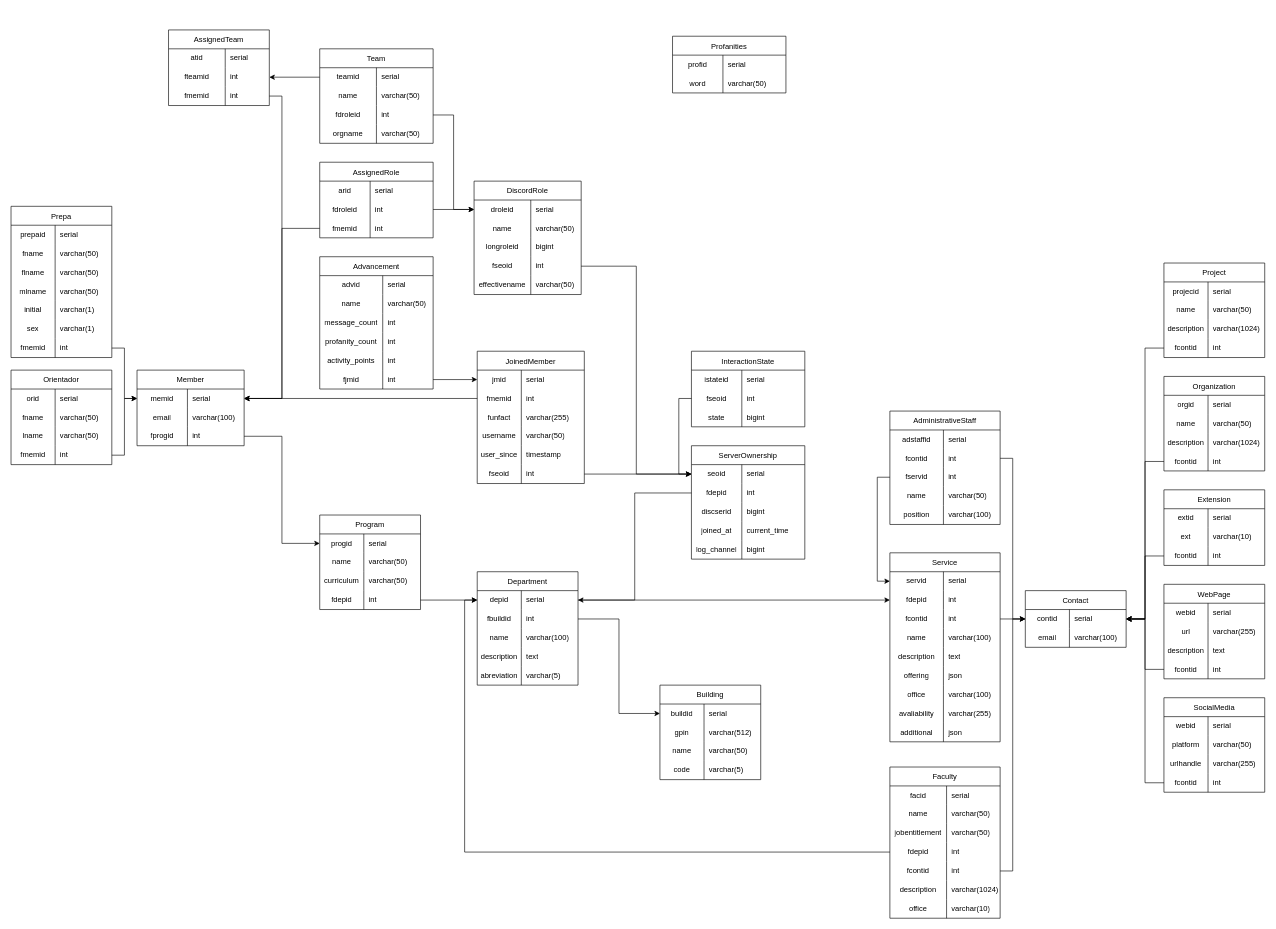
This is assets/schema/DatabaseSchema.drawio from AlfredoSoto1/BotOrientador, a draw.io file, before an edit. Source tidied: cells renumbered, new cells numbered last; positions are measured from the earlier drawing's top-left corner, leaving out a move shared by most shapes. Both pictures are drawn from the tidied source at 63%, with x=0, y=0 at pixel (11, 30).
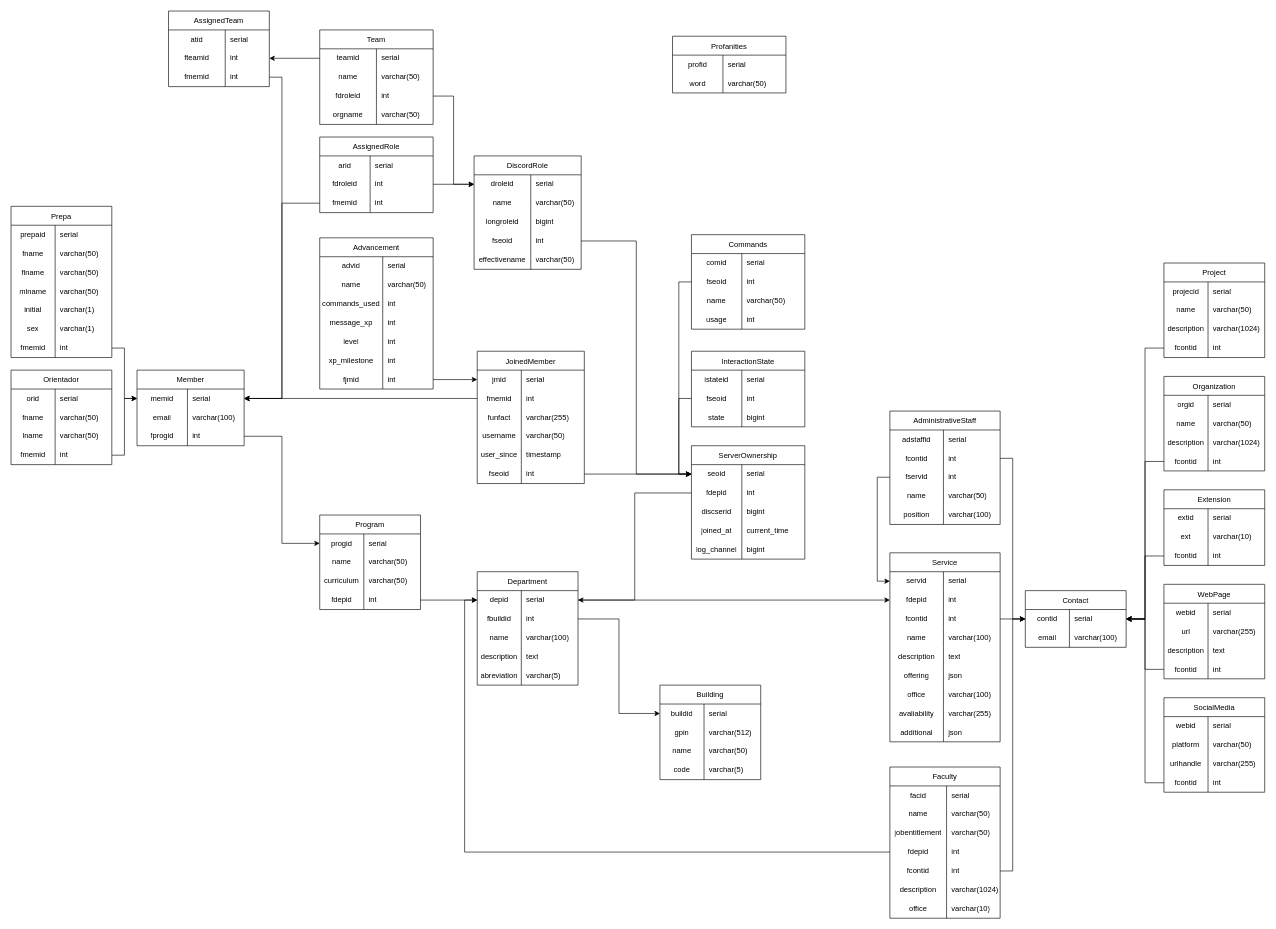
After the change.

The change refers to these unchanged cells:
```xml
<mxCell id="152" style="shape=tableRow;horizontal=0;startSize=0;swimlaneHead=0;swimlaneBody=0;top=0;left=0;bottom=0;right=0;fillColor=none;points=[[0,0.5],[1,0.5]];portConstraint=eastwest;strokeColor=inherit;fontSize=12;" parent="151" vertex="1">
  <mxGeometry y="30" width="180" height="30" as="geometry" />
</mxCell>
```

What changed in the source:
```diff
@@
     <mxCell id="2" value="Advancement" style="shape=table;startSize=30;childLayout=tableLayout;rowLines=0;fontStyle=0;strokeColor=default;fontSize=12;" parent="1" vertex="1">
-      <mxGeometry x="490" y="360" width="180" height="210" as="geometry" />
+      <mxGeometry x="490" y="330" width="180" height="240" as="geometry" />
     </mxCell>
@@
+    <mxCell id="372" style="shape=tableRow;horizontal=0;startSize=0;swimlaneHead=0;swimlaneBody=0;top=0;left=0;bottom=0;right=0;fillColor=none;strokeColor=inherit;fontSize=12;" parent="2" vertex="1">
+      <mxGeometry y="90" width="180" height="30" as="geometry" />
+    </mxCell>
+    <mxCell id="373" value="commands_used" style="shape=partialRectangle;html=1;whiteSpace=wrap;fillColor=none;top=0;left=0;bottom=0;right=0;overflow=hidden;strokeColor=inherit;fontSize=12;" parent="372" vertex="1">
+      <mxGeometry width="100" height="30" as="geometry" />
+    </mxCell>
+    <mxCell id="374" value="int" style="shape=partialRectangle;html=1;whiteSpace=wrap;fillColor=none;top=0;left=0;bottom=0;right=0;align=left;spacingLeft=6;overflow=hidden;strokeColor=inherit;fontSize=12;" parent="372" vertex="1">
+      <mxGeometry x="100" width="80" height="30" as="geometry" />
+    </mxCell>
     <mxCell id="9" style="shape=tableRow;horizontal=0;startSize=0;swimlaneHead=0;swimlaneBody=0;top=0;left=0;bottom=0;right=0;fillColor=none;strokeColor=inherit;fontSize=12;" parent="2" vertex="1">
-      <mxGeometry y="90" width="180" height="30" as="geometry" />
+      <mxGeometry y="120" width="180" height="30" as="geometry" />
     </mxCell>
-    <mxCell id="10" value="message_count" style="shape=partialRectangle;html=1;whiteSpace=wrap;fillColor=none;top=0;left=0;bottom=0;right=0;overflow=hidden;strokeColor=inherit;fontSize=12;" parent="9" vertex="1">
+    <mxCell id="10" value="message_xp" style="shape=partialRectangle;html=1;whiteSpace=wrap;fillColor=none;top=0;left=0;bottom=0;right=0;overflow=hidden;strokeColor=inherit;fontSize=12;" parent="9" vertex="1">
       <mxGeometry width="100" height="30" as="geometry" />
     </mxCell>
@@
     <mxCell id="12" style="shape=tableRow;horizontal=0;startSize=0;swimlaneHead=0;swimlaneBody=0;top=0;left=0;bottom=0;right=0;fillColor=none;strokeColor=inherit;fontSize=12;" parent="2" vertex="1">
-      <mxGeometry y="120" width="180" height="30" as="geometry" />
+      <mxGeometry y="150" width="180" height="30" as="geometry" />
     </mxCell>
-    <mxCell id="13" value="profanity_count" style="shape=partialRectangle;html=1;whiteSpace=wrap;fillColor=none;top=0;left=0;bottom=0;right=0;overflow=hidden;strokeColor=inherit;fontSize=12;" parent="12" vertex="1">
+    <mxCell id="13" value="level" style="shape=partialRectangle;html=1;whiteSpace=wrap;fillColor=none;top=0;left=0;bottom=0;right=0;overflow=hidden;strokeColor=inherit;fontSize=12;" parent="12" vertex="1">
       <mxGeometry width="100" height="30" as="geometry" />
     </mxCell>
@@
     <mxCell id="15" style="shape=tableRow;horizontal=0;startSize=0;swimlaneHead=0;swimlaneBody=0;top=0;left=0;bottom=0;right=0;fillColor=none;strokeColor=inherit;fontSize=12;" parent="2" vertex="1">
-      <mxGeometry y="150" width="180" height="30" as="geometry" />
+      <mxGeometry y="180" width="180" height="30" as="geometry" />
     </mxCell>
-    <mxCell id="16" value="activity_points" style="shape=partialRectangle;html=1;whiteSpace=wrap;fillColor=none;top=0;left=0;bottom=0;right=0;overflow=hidden;strokeColor=inherit;fontSize=12;" parent="15" vertex="1">
+    <mxCell id="16" value="xp_milestone" style="shape=partialRectangle;html=1;whiteSpace=wrap;fillColor=none;top=0;left=0;bottom=0;right=0;overflow=hidden;strokeColor=inherit;fontSize=12;" parent="15" vertex="1">
       <mxGeometry width="100" height="30" as="geometry" />
     </mxCell>
@@
     <mxCell id="18" style="shape=tableRow;horizontal=0;startSize=0;swimlaneHead=0;swimlaneBody=0;top=0;left=0;bottom=0;right=0;fillColor=none;points=[[0,0.5],[1,0.5]];portConstraint=eastwest;strokeColor=inherit;fontSize=12;" parent="2" vertex="1">
-      <mxGeometry y="180" width="180" height="30" as="geometry" />
+      <mxGeometry y="210" width="180" height="30" as="geometry" />
     </mxCell>
@@
     <mxCell id="220" value="DiscordRole" style="shape=table;startSize=30;childLayout=tableLayout;rowLines=0;fontStyle=0;strokeColor=default;fontSize=12;" parent="1" vertex="1">
-      <mxGeometry x="735" y="240" width="170" height="180" as="geometry" />
+      <mxGeometry x="735" y="200" width="170" height="180" as="geometry" />
     </mxCell>
@@
     <mxCell id="300" value="Team" style="shape=table;startSize=30;childLayout=tableLayout;rowLines=0;fontStyle=0;strokeColor=default;fontSize=12;" parent="1" vertex="1">
-      <mxGeometry x="490" y="30" width="180" height="150" as="geometry" />
+      <mxGeometry x="490" width="180" height="150" as="geometry" />
     </mxCell>
@@
     <mxCell id="322" value="AssignedTeam" style="shape=table;startSize=30;childLayout=tableLayout;rowLines=0;fontStyle=0;strokeColor=default;fontSize=12;" parent="1" vertex="1">
-      <mxGeometry x="250" width="160" height="120" as="geometry" />
+      <mxGeometry x="250" y="-30" width="160" height="120" as="geometry" />
     </mxCell>
@@
     <mxCell id="332" value="AssignedRole" style="shape=table;startSize=30;childLayout=tableLayout;rowLines=0;fontStyle=0;strokeColor=default;fontSize=12;" parent="1" vertex="1">
-      <mxGeometry x="490" y="210" width="180" height="120" as="geometry" />
+      <mxGeometry x="490" y="170" width="180" height="120" as="geometry" />
     </mxCell>
@@
+    <mxCell id="375" value="Commands" style="shape=table;startSize=30;childLayout=tableLayout;rowLines=0;fontStyle=0;strokeColor=default;fontSize=12;" parent="1" vertex="1">
+      <mxGeometry x="1080" y="325" width="180" height="150" as="geometry" />
+    </mxCell>
+    <mxCell id="376" style="shape=tableRow;horizontal=0;startSize=0;swimlaneHead=0;swimlaneBody=0;top=0;left=0;bottom=0;right=0;fillColor=none;strokeColor=inherit;fontSize=12;" parent="375" vertex="1">
+      <mxGeometry y="30" width="180" height="30" as="geometry" />
+    </mxCell>
+    <mxCell id="377" value="comid" style="shape=partialRectangle;html=1;whiteSpace=wrap;fillColor=none;top=0;left=0;bottom=0;right=0;overflow=hidden;strokeColor=inherit;fontSize=12;spacing=2;" parent="376" vertex="1">
+      <mxGeometry width="80" height="30" as="geometry" />
+    </mxCell>
+    <mxCell id="378" value="serial" style="shape=partialRectangle;html=1;whiteSpace=wrap;fillColor=none;top=0;left=0;bottom=0;right=0;align=left;spacingLeft=6;overflow=hidden;strokeColor=inherit;fontSize=12;" parent="376" vertex="1">
+      <mxGeometry x="80" width="100" height="30" as="geometry" />
+    </mxCell>
+    <mxCell id="379" style="shape=tableRow;horizontal=0;startSize=0;swimlaneHead=0;swimlaneBody=0;top=0;left=0;bottom=0;right=0;fillColor=none;points=[[0,0.5],[1,0.5]];portConstraint=eastwest;strokeColor=inherit;fontSize=12;" parent="375" vertex="1">
+      <mxGeometry y="60" width="180" height="30" as="geometry" />
+    </mxCell>
+    <mxCell id="380" value="fseoid" style="shape=partialRectangle;html=1;whiteSpace=wrap;fillColor=none;top=0;left=0;bottom=0;right=0;overflow=hidden;strokeColor=inherit;fontSize=12;spacing=2;" parent="379" vertex="1">
+      <mxGeometry width="80" height="30" as="geometry" />
+    </mxCell>
+    <mxCell id="381" value="int" style="shape=partialRectangle;html=1;whiteSpace=wrap;fillColor=none;top=0;left=0;bottom=0;right=0;align=left;spacingLeft=6;overflow=hidden;strokeColor=inherit;fontSize=12;" parent="379" vertex="1">
+      <mxGeometry x="80" width="100" height="30" as="geometry" />
+    </mxCell>
+    <mxCell id="382" style="shape=tableRow;horizontal=0;startSize=0;swimlaneHead=0;swimlaneBody=0;top=0;left=0;bottom=0;right=0;fillColor=none;strokeColor=inherit;fontSize=12;" parent="375" vertex="1">
+      <mxGeometry y="90" width="180" height="30" as="geometry" />
+    </mxCell>
+    <mxCell id="383" value="name" style="shape=partialRectangle;html=1;whiteSpace=wrap;fillColor=none;top=0;left=0;bottom=0;right=0;overflow=hidden;strokeColor=inherit;fontSize=12;" parent="382" vertex="1">
+      <mxGeometry width="80" height="30" as="geometry" />
+    </mxCell>
+    <mxCell id="384" value="varchar(50)" style="shape=partialRectangle;html=1;whiteSpace=wrap;fillColor=none;top=0;left=0;bottom=0;right=0;align=left;spacingLeft=6;overflow=hidden;strokeColor=inherit;fontSize=12;" parent="382" vertex="1">
+      <mxGeometry x="80" width="100" height="30" as="geometry" />
+    </mxCell>
+    <mxCell id="385" style="shape=tableRow;horizontal=0;startSize=0;swimlaneHead=0;swimlaneBody=0;top=0;left=0;bottom=0;right=0;fillColor=none;strokeColor=inherit;fontSize=12;" parent="375" vertex="1">
+      <mxGeometry y="120" width="180" height="30" as="geometry" />
+    </mxCell>
+    <mxCell id="386" value="usage" style="shape=partialRectangle;html=1;whiteSpace=wrap;fillColor=none;top=0;left=0;bottom=0;right=0;overflow=hidden;strokeColor=inherit;fontSize=12;" parent="385" vertex="1">
+      <mxGeometry width="80" height="30" as="geometry" />
+    </mxCell>
+    <mxCell id="387" value="int" style="shape=partialRectangle;html=1;whiteSpace=wrap;fillColor=none;top=0;left=0;bottom=0;right=0;align=left;spacingLeft=6;overflow=hidden;strokeColor=inherit;fontSize=12;" parent="385" vertex="1">
+      <mxGeometry x="80" width="100" height="30" as="geometry" />
+    </mxCell>
+    <mxCell id="388" style="edgeStyle=orthogonalEdgeStyle;rounded=0;jettySize=auto;html=1;exitX=0;exitY=0.5;exitDx=0;exitDy=0;entryX=0;entryY=0.5;entryDx=0;entryDy=0;" parent="1" edge="1" source="379" target="152">
+      <mxGeometry relative="1" as="geometry" />
+    </mxCell>
```
